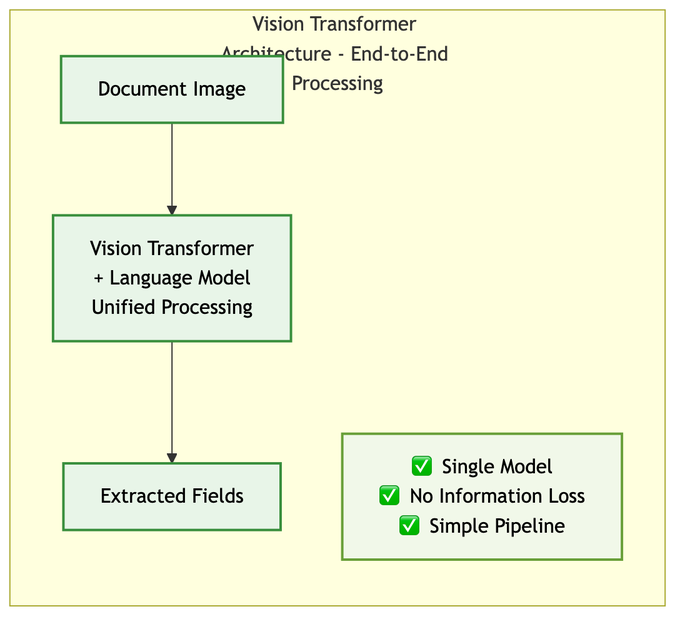
Before: presentation_materials/presentation_diagrams/mermaid_exports/Vision_Transformer_Architecture_Only.png, a diagram exported from Mermaid (tmnestor/unified_vision_processor_minimal). Its source is kept beside it as presentation_materials/presentation_diagrams/mermaid_exports/Vision_Transformer_Architecture_Only.mmd. The source it was exported from:
```mermaid
graph TD
    subgraph vit ["Vision Transformer Architecture - End-to-End Processing"]
        V1[Document Image] --> V2[Vision Transformer<br/>+ Language Model<br/>Unified Processing]
        V2 --> V3[Extracted Fields]

        V4[✅ Single Model<br/>✅ No Information Loss<br/>✅ Simple Pipeline]
    end

    classDef vitNode fill:#e8f5e8,stroke:#388e3c,stroke-width:2px,color:#000
    classDef benefits fill:#f1f8e9,stroke:#689f38,stroke-width:2px,color:#000

    class V1,V2,V3 vitNode
    class V4 benefits
```
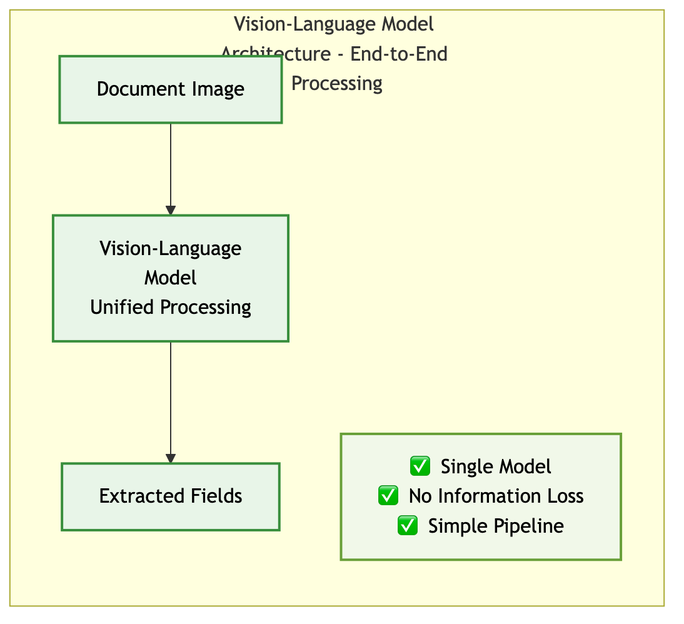
The same diagram one commit later.

The edit, as a diff of the source:
```diff
@@ -1,6 +1,6 @@
 graph TD
-    subgraph vit ["Vision Transformer Architecture - End-to-End Processing"]
-        V1[Document Image] --> V2[Vision Transformer<br/>+ Language Model<br/>Unified Processing]
+    subgraph vit ["Vision-Language Model Architecture - End-to-End Processing"]
+        V1[Document Image] --> V2[Vision-Language<br/>Model<br/>Unified Processing]
         V2 --> V3[Extracted Fields]
 
         V4[✅ Single Model<br/>✅ No Information Loss<br/>✅ Simple Pipeline]
```
